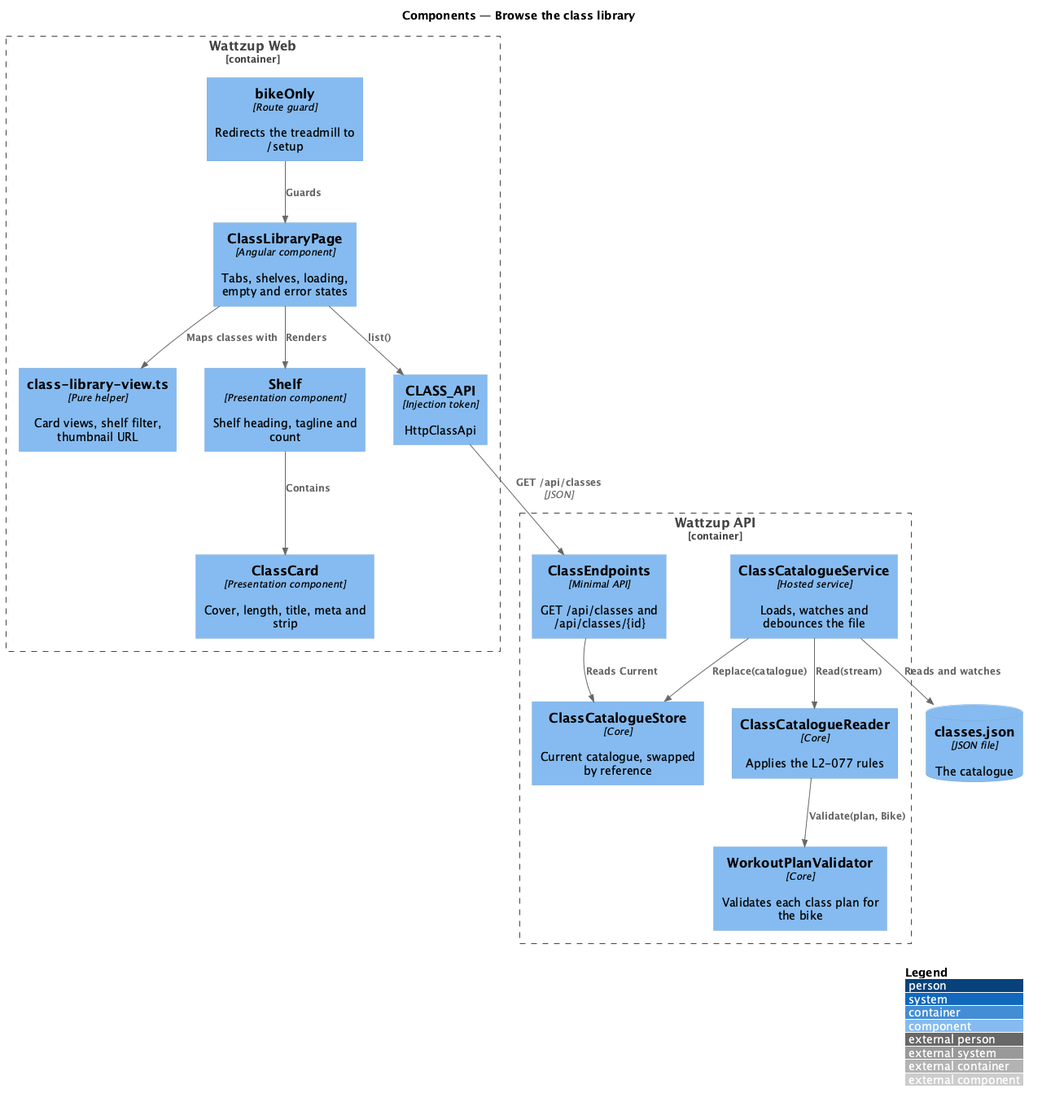
This is docs/detailed-designs/classes/browse-classes/diagrams/c4-component.png from QuinntyneBrown/ride-one, a PlantUML export, as it was before one commit.
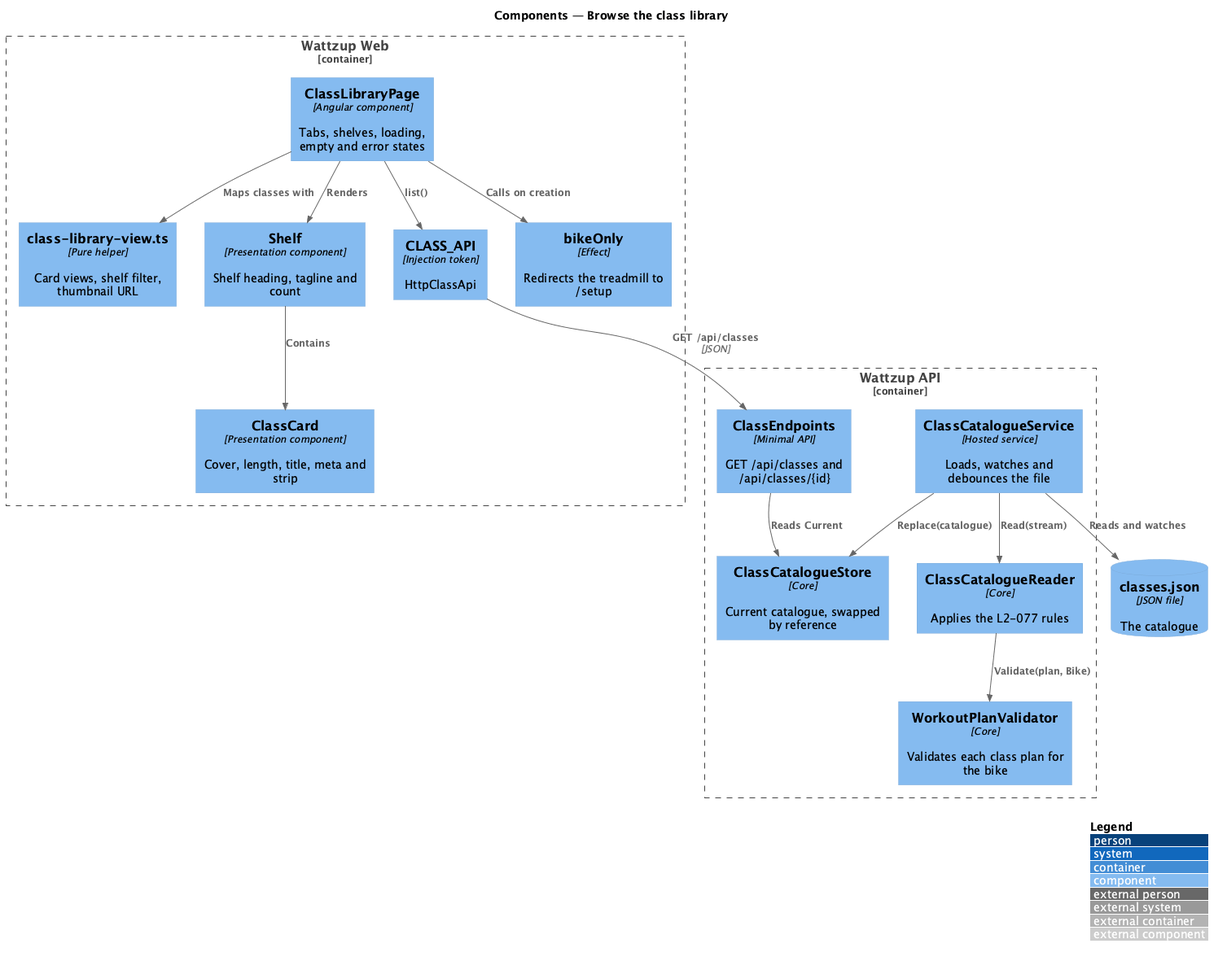
After the change.

The edit, as a diff of the source:
```diff
@@ -9,7 +9,7 @@
   Component(shelf, "Shelf", "Presentation component", "Shelf heading, tagline and count")
   Component(card, "ClassCard", "Presentation component", "Cover, length, title, meta and strip")
   Component(token, "CLASS_API", "Injection token", "HttpClassApi")
-  Component(guard, "bikeOnly", "Route guard", "Redirects the treadmill to /setup")
+  Component(guard, "bikeOnly", "Effect", "Redirects the treadmill to /setup")
 }
 Container_Boundary(api, "Wattzup API") {
   Component(ep, "ClassEndpoints", "Minimal API", "GET /api/classes and /api/classes/{id}")
@@ -25,7 +25,7 @@
 Rel(page, view, "Maps classes with")
 Rel(page, shelf, "Renders")
 Rel(shelf, card, "Contains")
-Rel(guard, page, "Guards")
+Rel(page, guard, "Calls on creation")
 Rel(ep, store, "Reads Current")
 Rel(svc, file, "Reads and watches")
 Rel(svc, reader, "Read(stream)")
```
